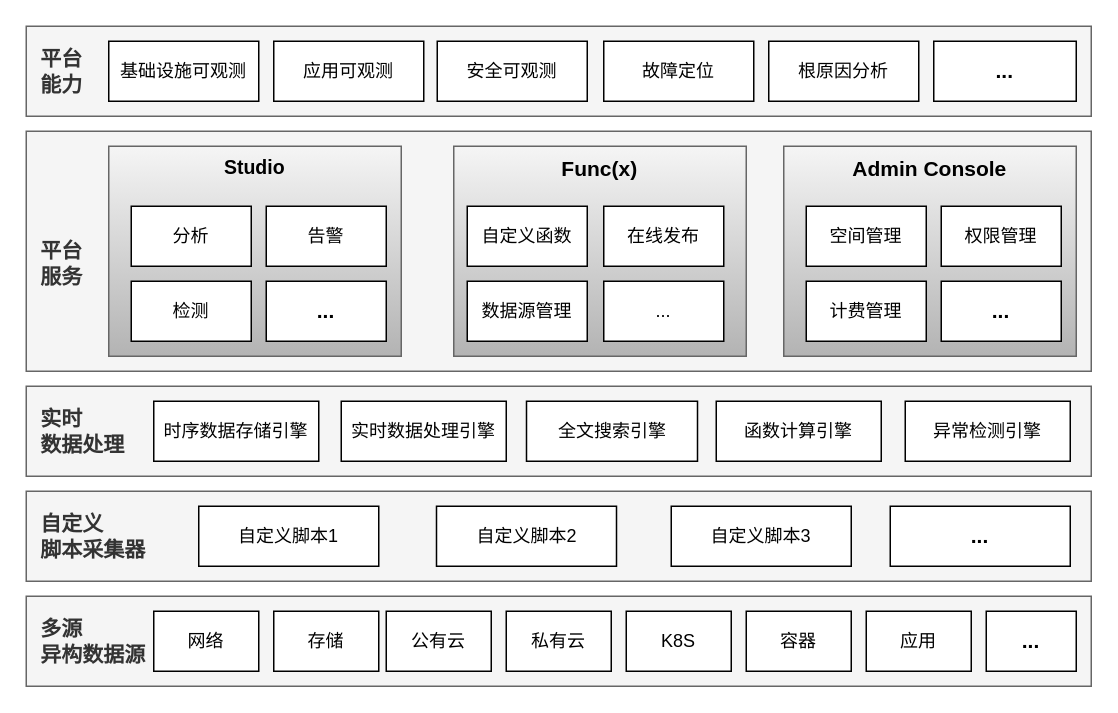
Above: page "总体架构" (4 of 10) of shrine-doc/论文相关.drawio in easefulfil/CLOUDCARE (draw.io), before the change. Source tidied: cells renumbered, new cells numbered last; positions are measured from the earlier drawing's top-left corner, leaving out a move shared by most shapes. Both pictures are drawn from the tidied source at 150%, with x=0, y=0 at pixel (26, 26).
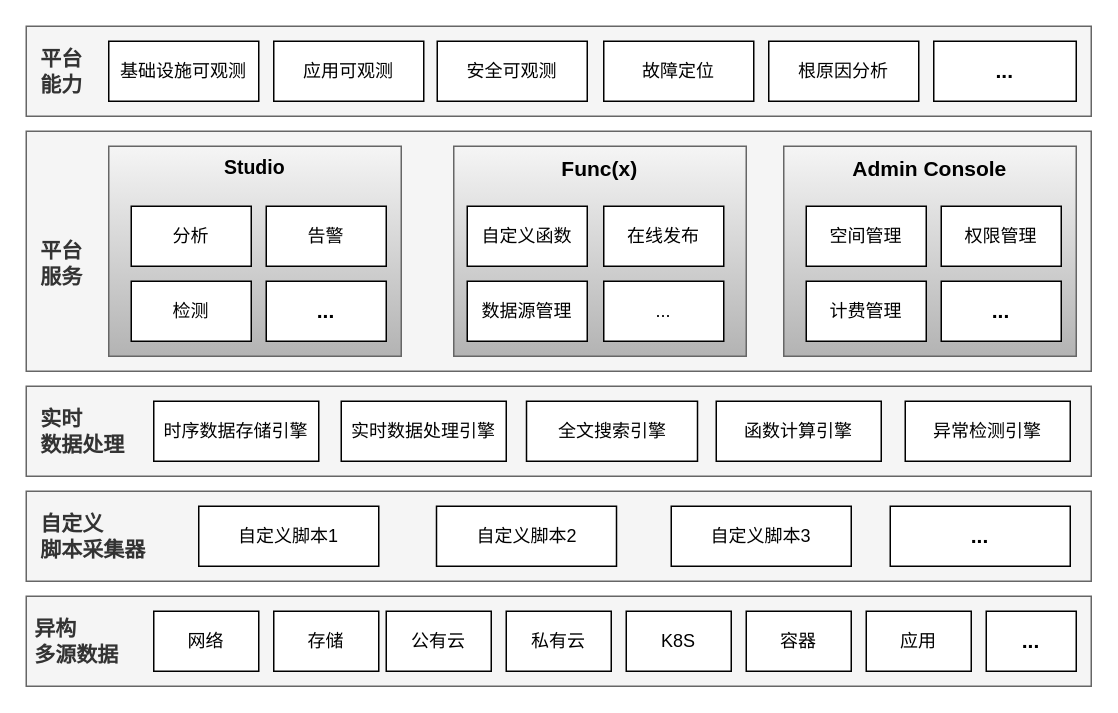
After the change.

The edit, as a diff of the source:
```diff
@@
-    <mxCell id="9" value="&amp;nbsp; 多源&lt;br style=&quot;font-size: 14px;&quot;&gt;&amp;nbsp; 异构数据源" style="rounded=0;whiteSpace=wrap;html=1;align=left;fontSize=14;fontStyle=1;fillColor=#f5f5f5;fontColor=#333333;strokeColor=#666666;" parent="1" vertex="1">
+    <mxCell id="9" value="&amp;nbsp;异构&lt;br&gt;&amp;nbsp;多源数据" style="rounded=0;whiteSpace=wrap;html=1;align=left;fontSize=14;fontStyle=1;fillColor=#f5f5f5;fontColor=#333333;strokeColor=#666666;" parent="1" vertex="1">
       <mxGeometry y="380" width="710" height="60" as="geometry" />
     </mxCell>
```
